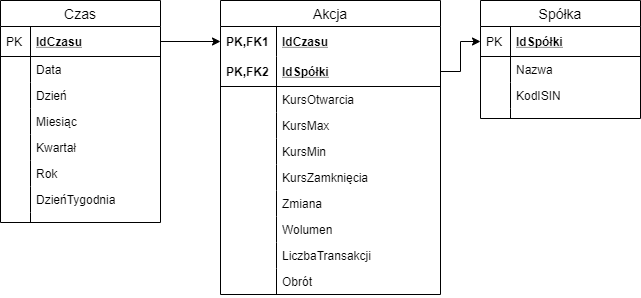
Earlier version of the draw.io export GPW_diagram.png (michalkaniewski/data-warehouse). Source tidied: cells renumbered, new cells last; positions are measured from the earlier drawing's top-left corner, leaving out a move shared by most shapes.
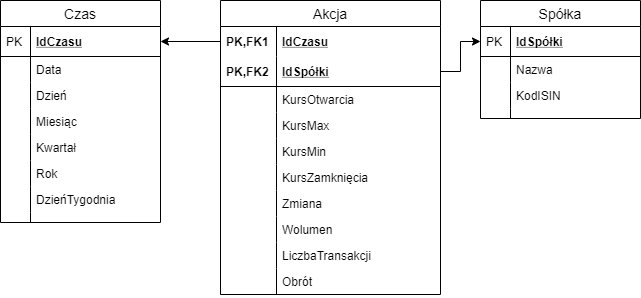
Later version of the same file.

Commit message:
Poprawa diagramu GPW

Change to the diagram source:
```diff
@@ -143,11 +143,11 @@
     <mxCell id="48" style="shape=partialRectangle;top=0;left=0;bottom=0;fillColor=none;align=left;verticalAlign=top;spacingLeft=4;spacingRight=4;overflow=hidden;fontSize=12;" parent="47" vertex="1">
       <mxGeometry width="30" height="10" as="geometry" />
     </mxCell>
-    <mxCell id="49" style="edgeStyle=orthogonalEdgeStyle;rounded=0;jettySize=auto;html=1;exitX=1;exitY=0.5;exitDx=0;exitDy=0;entryX=0;entryY=0.5;entryDx=0;entryDy=0;" parent="1" edge="1" source="33" target="12">
-      <mxGeometry relative="1" as="geometry" />
-    </mxCell>
     <mxCell id="50" style="edgeStyle=orthogonalEdgeStyle;rounded=0;jettySize=auto;html=1;exitX=1;exitY=0.5;exitDx=0;exitDy=0;entryX=0;entryY=0.5;entryDx=0;entryDy=0;" parent="1" edge="1" source="14" target="3">
       <mxGeometry relative="1" as="geometry" />
     </mxCell>
+    <mxCell id="51" style="edgeStyle=orthogonalEdgeStyle;rounded=0;jettySize=auto;html=1;exitX=0;exitY=0.5;exitDx=0;exitDy=0;entryX=1;entryY=0.5;entryDx=0;entryDy=0;" parent="1" edge="1" source="12" target="33">
+      <mxGeometry relative="1" as="geometry" />
+    </mxCell>
   </root>
 </mxGraphModel>
```
